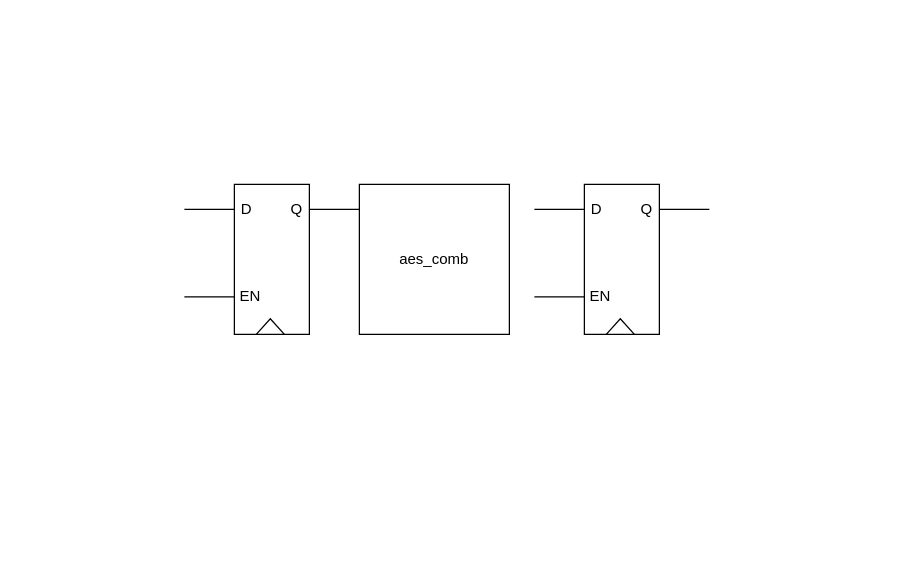
Above: design/AES-Simple-BD.drawio in jamikhai/AES-128-Verilog (draw.io), before the change. Source tidied: cells renumbered, new cells numbered last; positions are measured from the earlier drawing's top-left corner, leaving out a move shared by most shapes. Both pictures are drawn from the tidied source at 125%, with x=0, y=0 at pixel (184, 184).
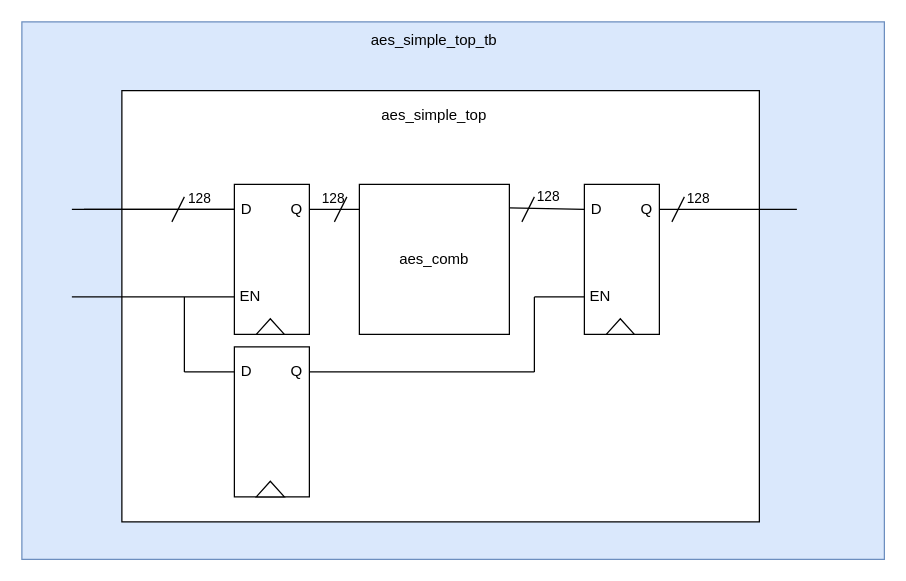
After the change.

The change refers to these unchanged cells:
```xml
<mxCell id="2" style="group;" parent="1" vertex="1">
  <mxGeometry width="140" height="120" as="geometry" />
</mxCell>
<mxCell id="11" style="endArrow=none;html=1;rounded=0;" parent="2" edge="1">
  <mxGeometry relative="1" as="geometry">
    <mxPoint x="100" y="20" as="sourcePoint" />
    <mxPoint x="140" y="20" as="targetPoint" />
  </mxGeometry>
</mxCell>
<mxCell id="12" style="group;" parent="1" vertex="1">
  <mxGeometry x="280" width="140" height="120" as="geometry" />
</mxCell>
<mxCell id="22" value="aes_comb" style="whiteSpace=wrap;html=1;" parent="1" vertex="1">
  <mxGeometry x="140" width="120" height="120" as="geometry" />
</mxCell>
```

Change to the diagram source:
```diff
@@
+    <mxCell id="23" style="rounded=0;whiteSpace=wrap;html=1;fillColor=#dae8fc;strokeColor=#6c8ebf;" parent="1" vertex="1">
+      <mxGeometry x="-130" y="-130" width="690" height="430" as="geometry" />
+    </mxCell>
+    <mxCell id="24" style="rounded=0;whiteSpace=wrap;html=1;" parent="1" vertex="1">
+      <mxGeometry x="-50" y="-75" width="510" height="345" as="geometry" />
+    </mxCell>
@@
-    <mxCell id="9" style="endArrow=none;html=1;rounded=0;" parent="2" edge="1">
-      <mxGeometry relative="1" as="geometry">
-        <mxPoint y="20" as="sourcePoint" />
-        <mxPoint x="40" y="20" as="targetPoint" />
-      </mxGeometry>
-    </mxCell>
     <mxCell id="10" style="endArrow=none;html=1;rounded=0;" parent="2" edge="1">
       <mxGeometry relative="1" as="geometry">
-        <mxPoint y="90" as="sourcePoint" />
+        <mxPoint x="-90" y="90" as="sourcePoint" />
         <mxPoint x="40" y="90" as="targetPoint" />
       </mxGeometry>
     </mxCell>
@@
+    <mxCell id="25" value="128" style="edgeLabel;html=1;align=center;verticalAlign=middle;" parent="11" vertex="1">
+      <mxGeometry x="-0.12" y="-1" relative="1" as="geometry">
+        <mxPoint y="-11" as="offset" />
+      </mxGeometry>
+    </mxCell>
+    <mxCell id="26" style="endArrow=none;html=1;rounded=0;" parent="2" edge="1">
+      <mxGeometry relative="1" as="geometry">
+        <mxPoint x="120" y="30" as="sourcePoint" />
+        <mxPoint x="130" y="10" as="targetPoint" />
+      </mxGeometry>
+    </mxCell>
+    <mxCell id="27" style="endArrow=none;html=1;rounded=0;" parent="2" edge="1">
+      <mxGeometry relative="1" as="geometry">
+        <mxPoint x="-10" y="30" as="sourcePoint" />
+        <mxPoint y="10" as="targetPoint" />
+      </mxGeometry>
+    </mxCell>
@@
-    <mxCell id="19" style="endArrow=none;html=1;rounded=0;" parent="12" edge="1">
+    <mxCell id="19" style="endArrow=none;html=1;rounded=0;exitX=1;exitY=0.157;exitDx=0;exitDy=0;exitPerimeter=0;" parent="12" edge="1" source="22">
       <mxGeometry relative="1" as="geometry">
-        <mxPoint y="20" as="sourcePoint" />
         <mxPoint x="40" y="20" as="targetPoint" />
       </mxGeometry>
     </mxCell>
+    <mxCell id="28" value="128" style="edgeLabel;html=1;align=center;verticalAlign=middle;" parent="19" vertex="1">
+      <mxGeometry x="0.02" relative="1" as="geometry">
+        <mxPoint y="-10" as="offset" />
+      </mxGeometry>
+    </mxCell>
@@
     <mxCell id="21" style="endArrow=none;html=1;rounded=0;" parent="12" edge="1">
       <mxGeometry relative="1" as="geometry">
         <mxPoint x="100" y="20" as="sourcePoint" />
-        <mxPoint x="140" y="20" as="targetPoint" />
+        <mxPoint x="210" y="20" as="targetPoint" />
       </mxGeometry>
     </mxCell>
+    <mxCell id="29" value="128" style="edgeLabel;html=1;align=center;verticalAlign=middle;" parent="21" vertex="1">
+      <mxGeometry x="0.74" y="2" relative="1" as="geometry">
+        <mxPoint x="-66" y="-8" as="offset" />
+      </mxGeometry>
+    </mxCell>
@@
+    <mxCell id="30" style="endArrow=none;html=1;rounded=0;" parent="1" edge="1">
+      <mxGeometry relative="1" as="geometry">
+        <mxPoint x="270" y="30" as="sourcePoint" />
+        <mxPoint x="280" y="10" as="targetPoint" />
+      </mxGeometry>
+    </mxCell>
+    <mxCell id="31" value="aes_simple_top" style="text;html=1;align=center;verticalAlign=middle;whiteSpace=wrap;rounded=0;" parent="1" vertex="1">
+      <mxGeometry x="145" y="-70" width="110" height="30" as="geometry" />
+    </mxCell>
+    <mxCell id="32" value="aes_simple_top_tb" style="text;html=1;align=center;verticalAlign=middle;whiteSpace=wrap;rounded=0;" parent="1" vertex="1">
+      <mxGeometry x="145" y="-130" width="110" height="30" as="geometry" />
+    </mxCell>
+    <mxCell id="33" style="group;" parent="1" vertex="1">
+      <mxGeometry y="130" width="140" height="120" as="geometry" />
+    </mxCell>
+    <mxCell id="34" style="group;" parent="33" vertex="1">
+      <mxGeometry x="40" width="60" height="120" as="geometry" />
+    </mxCell>
+    <mxCell id="35" style="rounded=0;whiteSpace=wrap;html=1;rotation=-90;" parent="34" vertex="1">
+      <mxGeometry x="-30" y="30" width="120" height="60" as="geometry" />
+    </mxCell>
+    <mxCell id="36" style="triangle;whiteSpace=wrap;html=1;rotation=-90;" parent="34" vertex="1">
+      <mxGeometry x="22.5" y="102.5" width="12.5" height="22.5" as="geometry" />
+    </mxCell>
+    <mxCell id="37" value="D" style="text;html=1;align=center;verticalAlign=middle;whiteSpace=wrap;rounded=0;" parent="34" vertex="1">
+      <mxGeometry y="10" width="20" height="20" as="geometry" />
+    </mxCell>
+    <mxCell id="38" value="Q" style="text;html=1;align=center;verticalAlign=middle;whiteSpace=wrap;rounded=0;" parent="34" vertex="1">
+      <mxGeometry x="40" y="10" width="20" height="20" as="geometry" />
+    </mxCell>
+    <mxCell id="39" style="endArrow=none;html=1;rounded=0;" parent="33" edge="1">
+      <mxGeometry relative="1" as="geometry">
+        <mxPoint y="20" as="sourcePoint" />
+        <mxPoint x="40" y="20" as="targetPoint" />
+      </mxGeometry>
+    </mxCell>
+    <mxCell id="40" style="endArrow=none;html=1;rounded=0;" parent="33" edge="1">
+      <mxGeometry relative="1" as="geometry">
+        <mxPoint x="100" y="20" as="sourcePoint" />
+        <mxPoint x="280" y="20" as="targetPoint" />
+      </mxGeometry>
+    </mxCell>
+    <mxCell id="41" style="endArrow=none;html=1;rounded=0;" parent="33" edge="1">
+      <mxGeometry relative="1" as="geometry">
+        <mxPoint y="20" as="sourcePoint" />
+        <mxPoint y="-40" as="targetPoint" />
+      </mxGeometry>
+    </mxCell>
+    <mxCell id="9" style="endArrow=none;html=1;rounded=0;exitX=0.072;exitY=0.349;exitDx=0;exitDy=0;exitPerimeter=0;" parent="1" edge="1" source="23">
+      <mxGeometry relative="1" as="geometry">
+        <mxPoint x="40" y="20" as="targetPoint" />
+      </mxGeometry>
+    </mxCell>
+    <mxCell id="42" style="endArrow=none;html=1;rounded=0;" parent="1" edge="1">
+      <mxGeometry relative="1" as="geometry">
+        <mxPoint x="-90" y="20" as="sourcePoint" />
+        <mxPoint x="40" y="20" as="targetPoint" />
+      </mxGeometry>
+    </mxCell>
+    <mxCell id="43" value="128" style="edgeLabel;html=1;align=center;verticalAlign=middle;" parent="42" vertex="1">
+      <mxGeometry x="-0.65" y="-1" relative="1" as="geometry">
+        <mxPoint x="78" y="-11" as="offset" />
+      </mxGeometry>
+    </mxCell>
+    <mxCell id="44" style="endArrow=none;html=1;rounded=0;" parent="1" edge="1">
+      <mxGeometry relative="1" as="geometry">
+        <mxPoint x="280" y="150" as="sourcePoint" />
+        <mxPoint x="280" y="90" as="targetPoint" />
+      </mxGeometry>
+    </mxCell>
+    <mxCell id="45" style="endArrow=none;html=1;rounded=0;" parent="1" edge="1">
+      <mxGeometry relative="1" as="geometry">
+        <mxPoint x="390" y="30" as="sourcePoint" />
+        <mxPoint x="400" y="10" as="targetPoint" />
+      </mxGeometry>
+    </mxCell>
```
